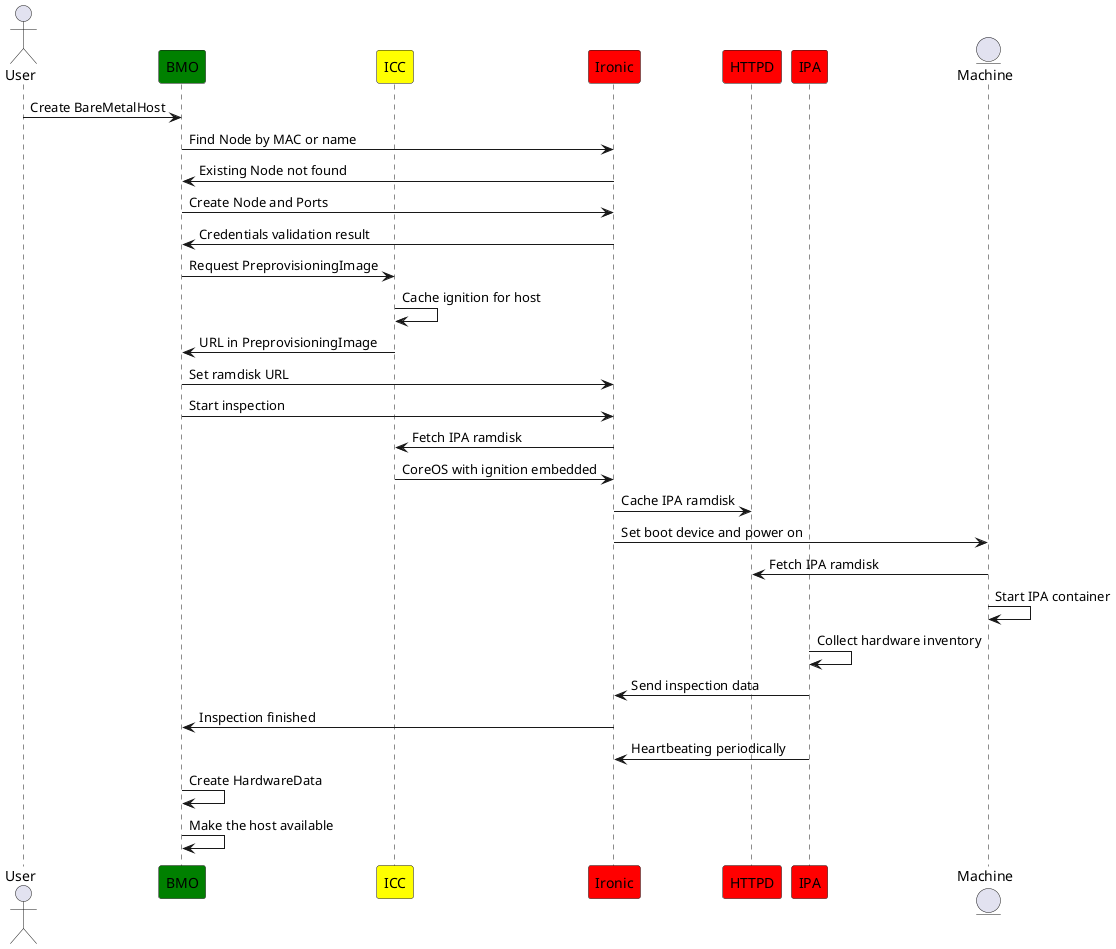
The PlantUML diagram enroll.png in openshift-metal3/diagrams, before a commit.
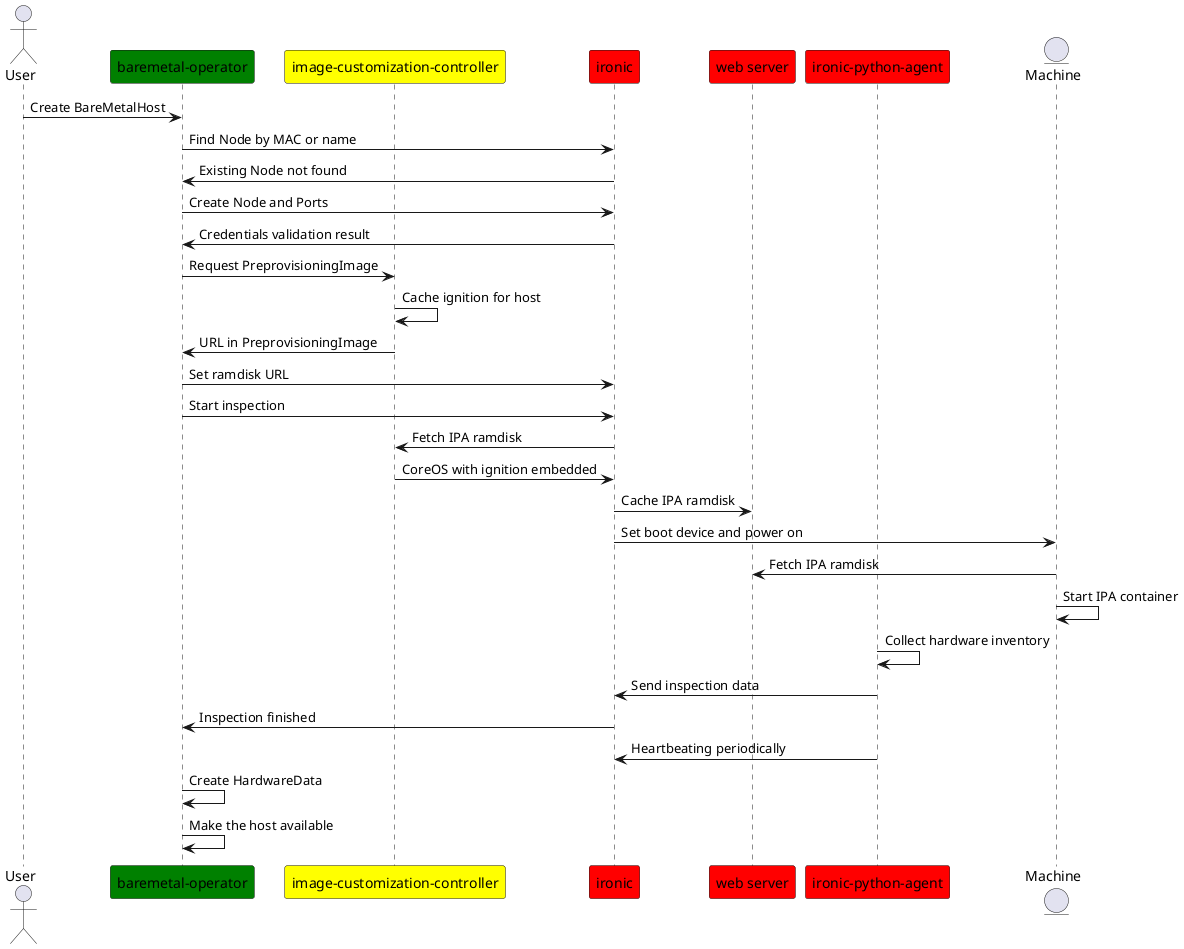
After the commit.

Commit message:
Use full project names

The edit, as a diff of the source:
```diff
@@ -1,10 +1,10 @@
 @startuml
 actor User
-participant BMO #green
-participant ICC #yellow
-participant Ironic #red
-participant HTTPD #red
-participant IPA #red
+participant "baremetal-operator" as BMO #green
+participant "image-customization-controller" as ICC #yellow
+participant ironic as Ironic #red
+participant "web server" as HTTPD #red
+participant "ironic-python-agent" as IPA #red
 entity Machine
 
 User->BMO: Create BareMetalHost
```
